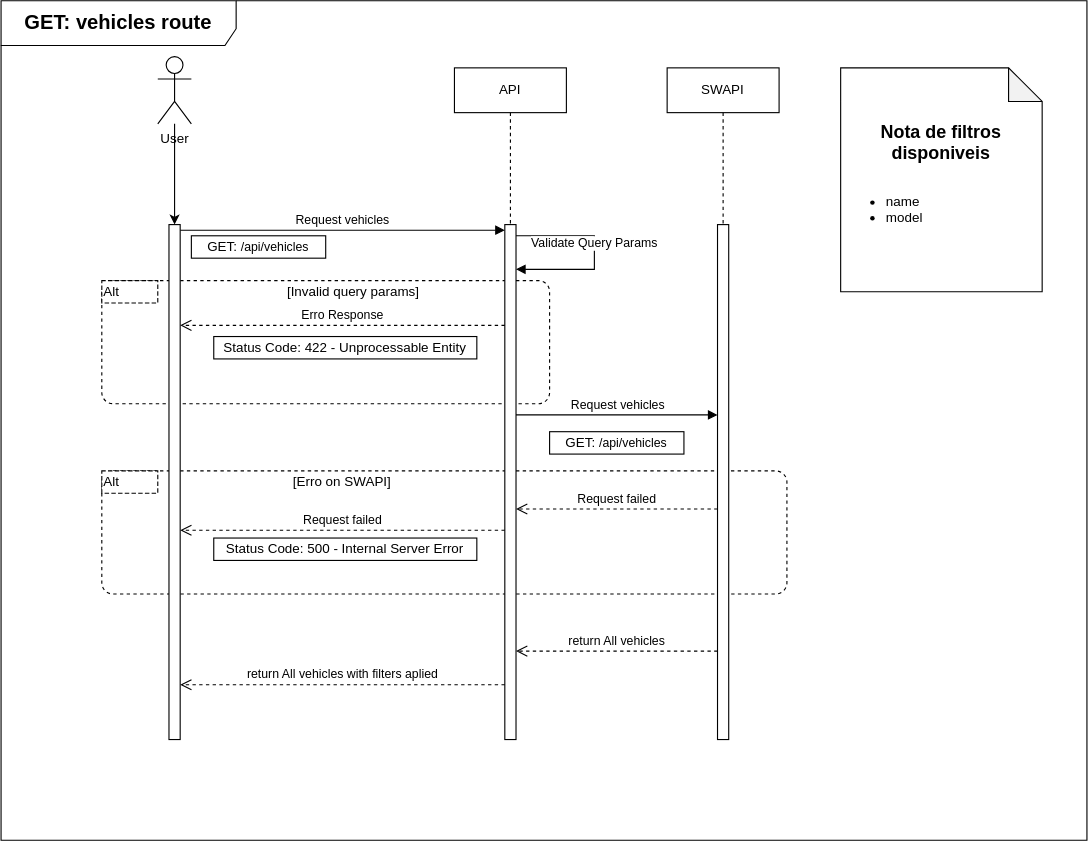
The draw.io diagram docs/diagrams/Diagrama de rotas vehicles.svg in KhovetS2/starwars-api, before a commit. Source tidied: cells renumbered, new cells last; positions are measured from the earlier drawing's top-left corner, leaving out a move shared by most shapes.
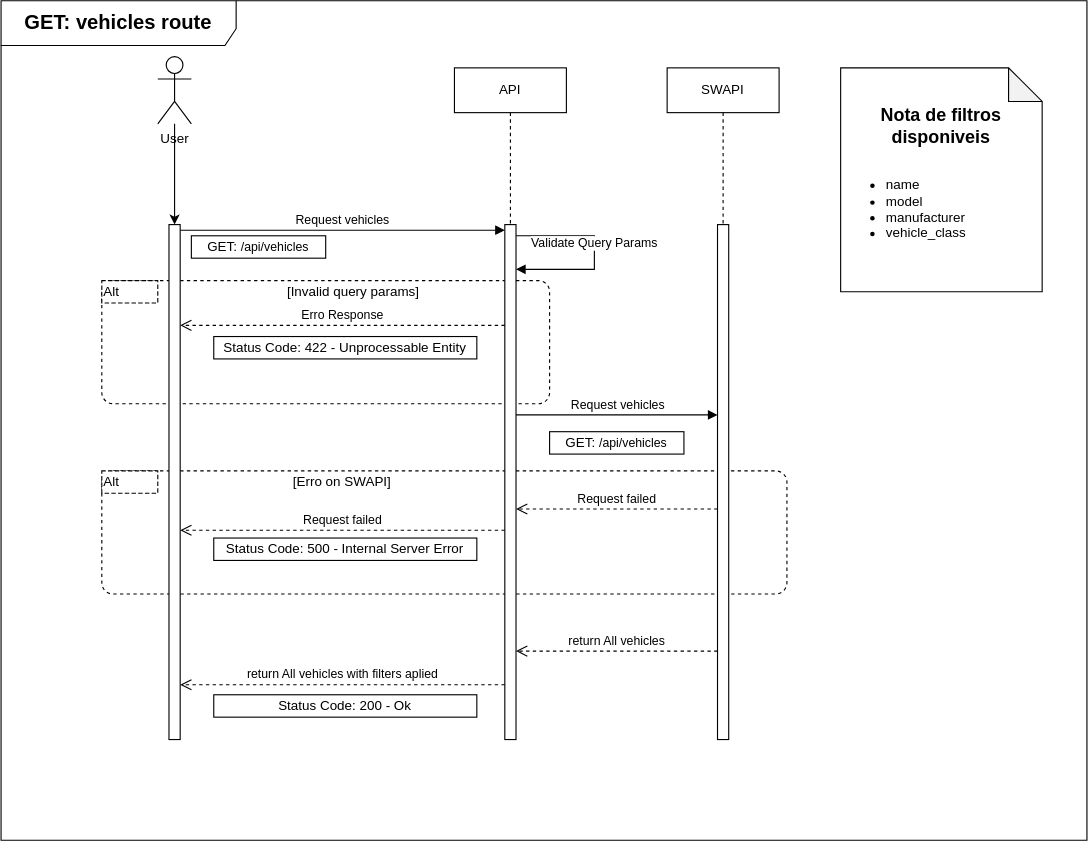
Later version of the same file.

What changed in the source:
```diff
@@ -79,7 +79,7 @@
     <mxCell id="22" value="[Erro on SWAPI]" style="text;html=1;whiteSpace=wrap;strokeColor=none;fillColor=none;align=center;verticalAlign=middle;rounded=0;" parent="1" vertex="1">
       <mxGeometry x="260" y="420" width="90" height="20" as="geometry" />
     </mxCell>
-    <mxCell id="23" value="&lt;font style=&quot;font-size: 16px;&quot;&gt;&lt;b&gt;Nota de filtros disponiveis&lt;/b&gt;&lt;/font&gt;&lt;div&gt;&lt;br&gt;&lt;/div&gt;&lt;div&gt;&lt;ul&gt;&lt;li style=&quot;text-align: left;&quot;&gt;name&lt;/li&gt;&lt;li style=&quot;text-align: left;&quot;&gt;&lt;span style=&quot;background-color: transparent; color: light-dark(rgb(0, 0, 0), rgb(255, 255, 255));&quot;&gt;model&lt;/span&gt;&lt;/li&gt;&lt;/ul&gt;&lt;/div&gt;" style="shape=note;whiteSpace=wrap;html=1;backgroundOutline=1;darkOpacity=0.05;" parent="1" vertex="1">
+    <mxCell id="23" value="&lt;font style=&quot;font-size: 16px;&quot;&gt;&lt;b&gt;Nota de filtros disponiveis&lt;/b&gt;&lt;/font&gt;&lt;div&gt;&lt;br&gt;&lt;/div&gt;&lt;div&gt;&lt;ul style=&quot;text-align: center;&quot;&gt;&lt;li style=&quot;text-align: left;&quot;&gt;name&lt;/li&gt;&lt;li style=&quot;text-align: left;&quot;&gt;&lt;span style=&quot;background-color: transparent; color: light-dark(rgb(0, 0, 0), rgb(255, 255, 255));&quot;&gt;model&lt;/span&gt;&lt;/li&gt;&lt;li style=&quot;text-align: left;&quot;&gt;&lt;span style=&quot;background-color: transparent; color: light-dark(rgb(0, 0, 0), rgb(255, 255, 255));&quot;&gt;manufacturer&lt;/span&gt;&lt;/li&gt;&lt;li style=&quot;text-align: left;&quot;&gt;&lt;span style=&quot;background-color: transparent; color: light-dark(rgb(0, 0, 0), rgb(255, 255, 255));&quot;&gt;vehicle_class&lt;/span&gt;&lt;/li&gt;&lt;/ul&gt;&lt;div style=&quot;text-align: left;&quot;&gt;&lt;/div&gt;&lt;/div&gt;" style="shape=note;whiteSpace=wrap;html=1;backgroundOutline=1;darkOpacity=0.05;" parent="1" vertex="1">
       <mxGeometry x="750" y="60" width="180" height="200" as="geometry" />
     </mxCell>
     <mxCell id="24" value="&lt;b&gt;&lt;font style=&quot;font-size: 18px;&quot;&gt;GET:&amp;nbsp;&lt;/font&gt;&lt;font style=&quot;font-size: 18px;&quot;&gt;vehicles&lt;/font&gt;&lt;font style=&quot;font-size: 18px;&quot;&gt;&amp;nbsp;route&lt;/font&gt;&lt;/b&gt;" style="shape=umlFrame;whiteSpace=wrap;html=1;width=210;height=40;" parent="1" vertex="1">
@@ -113,5 +113,8 @@
         <mxPoint x="160" y="290" as="targetPoint" />
       </mxGeometry>
     </mxCell>
+    <mxCell id="29" value="Status Code: 200 - Ok" style="rounded=0;whiteSpace=wrap;html=1;" parent="1" vertex="1">
+      <mxGeometry x="190" y="620" width="235" height="20" as="geometry" />
+    </mxCell>
   </root>
 </mxGraphModel>
```
